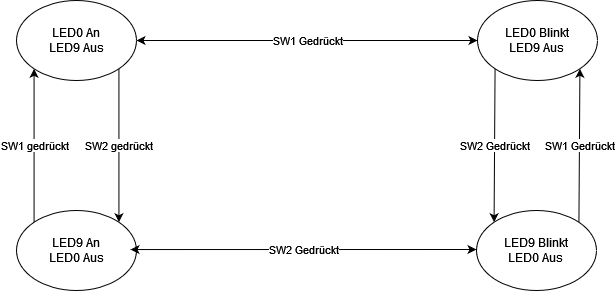
Above: Praktikum/Praktikum2P/praktikum.drawio.png in Skill3rboy/ARBK (draw.io), before the change. Source tidied: cells renumbered, new cells last; positions are measured from the earlier drawing's top-left corner, leaving out a move shared by most shapes.
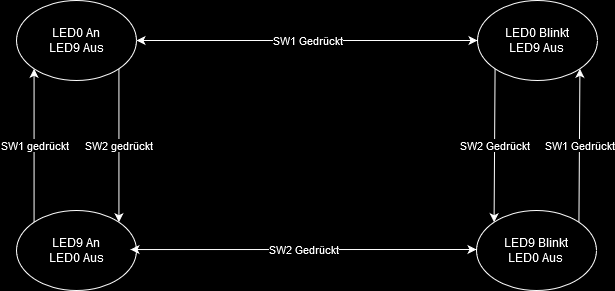
Above is the later version.

Change to the diagram source:
```diff
@@ -1,37 +1,37 @@
-<mxGraphModel>
+<mxGraphModel background="#000000">
   <root>
     <mxCell id="0" />
     <mxCell id="1" parent="0" />
-    <mxCell id="2" value="LED0 An&lt;br&gt;LED9 Aus" style="ellipse;whiteSpace=wrap;html=1;" parent="1" vertex="1">
+    <mxCell id="2" value="LED0 An&lt;br&gt;LED9 Aus" style="ellipse;whiteSpace=wrap;html=1;rounded=0;labelBackgroundColor=none;labelBorderColor=none;fillColor=none;strokeColor=#FFFFFF;fontColor=#FFFFFF;" parent="1" vertex="1">
       <mxGeometry width="120" height="80" as="geometry" />
     </mxCell>
-    <mxCell id="3" value="LED0 Blinkt&lt;br&gt;LED9 Aus" style="ellipse;whiteSpace=wrap;html=1;" parent="1" vertex="1">
+    <mxCell id="3" value="LED0 Blinkt&lt;br&gt;LED9 Aus" style="ellipse;whiteSpace=wrap;html=1;rounded=0;fontColor=#FFFFFF;labelBackgroundColor=none;strokeColor=#FFFFFF;fillColor=none;" parent="1" vertex="1">
       <mxGeometry x="461" width="120" height="80" as="geometry" />
     </mxCell>
-    <mxCell id="4" value="LED9 An&lt;br&gt;LED0 Aus" style="ellipse;whiteSpace=wrap;html=1;" parent="1" vertex="1">
+    <mxCell id="4" value="LED9 An&lt;br&gt;LED0 Aus" style="ellipse;whiteSpace=wrap;html=1;rounded=0;fontColor=#FFFFFF;strokeColor=#FFFFFF;fillColor=none;" parent="1" vertex="1">
       <mxGeometry y="210" width="120" height="80" as="geometry" />
     </mxCell>
-    <mxCell id="5" value="LED9 Blinkt&lt;br&gt;LED0 Aus" style="ellipse;whiteSpace=wrap;html=1;" parent="1" vertex="1">
+    <mxCell id="5" value="LED9 Blinkt&lt;br&gt;LED0 Aus" style="ellipse;whiteSpace=wrap;html=1;rounded=0;fillColor=none;strokeColor=#FFFFFF;fontColor=#FFFFFF;" parent="1" vertex="1">
       <mxGeometry x="460" y="210" width="120" height="80" as="geometry" />
     </mxCell>
-    <mxCell id="6" value="SW1 Gedrückt" style="endArrow=classic;startArrow=classic;html=1;rounded=0;entryX=0;entryY=0.5;entryDx=0;entryDy=0;exitX=1;exitY=0.5;exitDx=0;exitDy=0;" parent="1" edge="1" source="2" target="3">
+    <mxCell id="6" value="SW1 Gedrückt" style="endArrow=classic;startArrow=classic;html=1;rounded=0;entryX=0;entryY=0.5;entryDx=0;entryDy=0;exitX=1;exitY=0.5;exitDx=0;exitDy=0;strokeColor=#FFFFFF;labelBackgroundColor=#000000;fontColor=#FFFFFF;" parent="1" edge="1" source="2" target="3">
       <mxGeometry relative="1" as="geometry" />
     </mxCell>
-    <mxCell id="7" value="SW2 Gedrückt" style="endArrow=classic;startArrow=classic;html=1;rounded=0;exitX=0.95;exitY=0.488;exitDx=0;exitDy=0;exitPerimeter=0;" parent="1" edge="1" source="4">
+    <mxCell id="7" value="SW2 Gedrückt" style="endArrow=classic;startArrow=classic;html=1;rounded=0;exitX=0.95;exitY=0.488;exitDx=0;exitDy=0;exitPerimeter=0;strokeColor=#FFFFFF;labelBackgroundColor=#000000;fontColor=#FFFFFF;" parent="1" edge="1" source="4">
       <mxGeometry relative="1" as="geometry">
         <mxPoint x="460" y="249" as="targetPoint" />
       </mxGeometry>
     </mxCell>
-    <mxCell id="8" value="SW1 gedrückt" style="endArrow=classic;html=1;rounded=0;exitX=0;exitY=0;exitDx=0;exitDy=0;entryX=0;entryY=1;entryDx=0;entryDy=0;" parent="1" edge="1" source="4" target="2">
+    <mxCell id="8" value="SW1 gedrückt" style="endArrow=classic;html=1;rounded=0;exitX=0;exitY=0;exitDx=0;exitDy=0;entryX=0;entryY=1;entryDx=0;entryDy=0;fontColor=#FFFFFF;labelBackgroundColor=#000000;strokeColor=#FFFFFF;" parent="1" edge="1" source="4" target="2">
       <mxGeometry relative="1" as="geometry" />
     </mxCell>
-    <mxCell id="9" value="SW2 gedrückt" style="endArrow=classic;html=1;rounded=0;exitX=1;exitY=1;exitDx=0;exitDy=0;entryX=1;entryY=0;entryDx=0;entryDy=0;" parent="1" edge="1" source="2" target="4">
+    <mxCell id="9" value="SW2 gedrückt" style="endArrow=classic;html=1;rounded=0;exitX=1;exitY=1;exitDx=0;exitDy=0;entryX=1;entryY=0;entryDx=0;entryDy=0;strokeColor=#FFFFFF;labelBackgroundColor=#000000;fontColor=#FFFFFF;" parent="1" edge="1" source="2" target="4">
       <mxGeometry relative="1" as="geometry" />
     </mxCell>
-    <mxCell id="10" value="SW2 Gedrückt" style="endArrow=classic;html=1;rounded=0;exitX=0;exitY=1;exitDx=0;exitDy=0;entryX=0;entryY=0;entryDx=0;entryDy=0;" parent="1" edge="1" source="3" target="5">
+    <mxCell id="10" value="SW2 Gedrückt" style="endArrow=classic;html=1;rounded=0;exitX=0;exitY=1;exitDx=0;exitDy=0;entryX=0;entryY=0;entryDx=0;entryDy=0;labelBackgroundColor=#000000;fontColor=#FFFFFF;strokeColor=#FFFFFF;" parent="1" edge="1" source="3" target="5">
       <mxGeometry relative="1" as="geometry" />
     </mxCell>
-    <mxCell id="11" value="SW1 Gedrückt" style="endArrow=classic;html=1;rounded=0;entryX=1;entryY=1;entryDx=0;entryDy=0;exitX=1;exitY=0;exitDx=0;exitDy=0;" parent="1" edge="1" source="5" target="3">
+    <mxCell id="11" value="SW1 Gedrückt" style="endArrow=classic;html=1;rounded=0;entryX=1;entryY=1;entryDx=0;entryDy=0;exitX=1;exitY=0;exitDx=0;exitDy=0;strokeColor=#FFFFFF;labelBackgroundColor=#000000;fontColor=#FFFFFF;" parent="1" edge="1" source="5" target="3">
       <mxGeometry relative="1" as="geometry" />
     </mxCell>
   </root>
```
